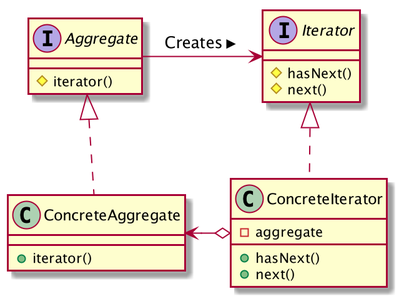
This is assets/post/designpattern/Iterator.png from jsyang-dev/jsyang-dev.github.io, a PlantUML export, as it was before one commit.
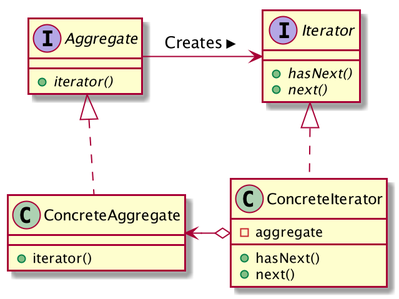
The same diagram one commit later.

What changed in the source:
```diff
@@ -1,14 +1,14 @@
 @startuml
 
 interface Aggregate {
-    #iterator()
+    +{abstract} iterator()
 }
 class ConcreteAggregate {
     +iterator()
 }
 interface Iterator {
-    #hasNext()
-    #next()
+    +{abstract} hasNext()
+    +{abstract} next()
 }
 class ConcreteIterator {
     -aggregate
```
